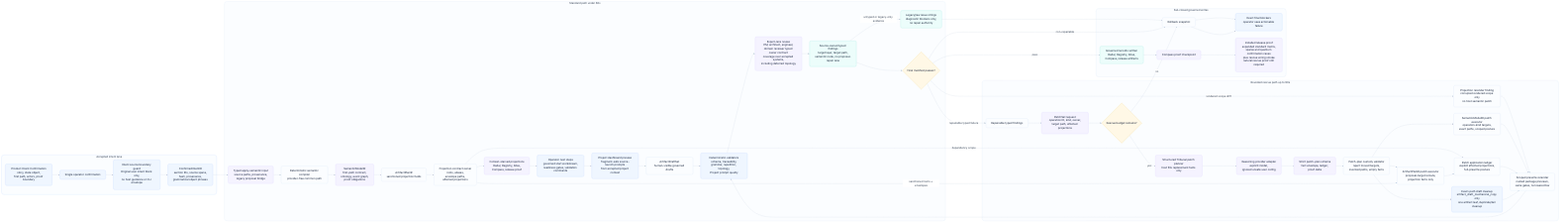
Earlier version of the Mermaid export odylith/atlas/source/domain-intelligence-greenfield-governance.png (odylith/odylith). Its source is kept beside it as odylith/atlas/source/domain-intelligence-greenfield-governance.mmd.
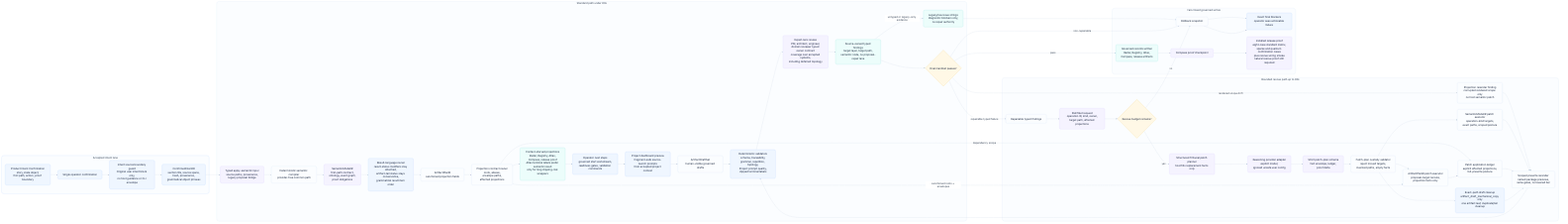
The same file after the commit.

What changed in the source:
```diff
@@ -12,13 +12,14 @@
       apply_input["Typed apply-semantic input<br/>source paths, provenance,<br/>legacy proposal bridge"]
       compiler["Deterministic semantic compiler<br/>provider-free common path"]
       semantic_ir["SemanticModelIR<br/>first-path contract,<br/>ontology, event graph,<br/>proof obligations"]
+      result_language["Result-language owner<br/>result-status modifiers stay attached,<br/>artifact-tail status stays conservative,<br/>grammatical result item order"]
       artifact_plan["ArtifactPlanIR<br/>sanctioned projection fields"]
       projection_contract["Projection contract owner<br/>roots, aliases,<br/>envelope paths,<br/>affected projections"]
-      projections["Context-starved projections<br/>Radar, Registry, Atlas,<br/>Compass, release proof"]
+      projections["Context-starved projections<br/>Radar, Registry, Atlas,<br/>Compass, release proof<br/>Atlas terminal labels prefer semantic result<br/>only for long clipping-risk wrappers"]
       next_steps["Operator next steps<br/>governed start workstream,<br/>readiness gates, validation commands"]
       project_dashboard["Project dashboard preview<br/>fragment-safe source-launch prompts<br/>from accepted project context"]
       draft_set["ArtifactDraftSet<br/>human-visible governed drafts"]
-      validators["Deterministic validators<br/>schema, traceability,<br/>grammar, repetition, topology,<br/>Project prompt quality"]
+      validators["Deterministic validators<br/>schema, traceability,<br/>grammar, repetition, topology,<br/>Project prompt quality,<br/>clipped terminal labels"]
       expert_lenses["Expert-lens review<br/>PM, architect, engineer,<br/>domain reviewer typed owner contract<br/>coverage over accepted systems,<br/>including deferred topology"]
       typed_findings["Source-owned typed findings<br/>target layer, target path,<br/>semantic node, no proposal-repair lane"]
       legacy_blockers["Legacy/raw issue strings<br/>diagnostic blockers only,<br/>no repair authority"]
@@ -48,11 +49,11 @@
       rollback["Rollback snapshot"]
       blockers["Exact final blockers<br/>operator sees actionable failure"]
       proof_log["Compass proof checkpoint"]
-      release_matrix["Installed release proof<br/>expanded standard matrix,<br/>sparse and quantum confirmation cases<br/>plus rescue wiring smoke<br/>natural rescue proof still required"]
+      release_matrix["Installed release proof<br/>eight-case standard matrix,<br/>sparse and quantum confirmation cases<br/>plus rescue wiring smoke<br/>natural rescue proof still required"]
     end
 
     visible_intent --> confirm --> source_guard --> confirmed_ir
-    confirmed_ir --> apply_input --> compiler --> semantic_ir --> artifact_plan --> projection_contract --> projections --> next_steps --> project_dashboard --> draft_set
+    confirmed_ir --> apply_input --> compiler --> semantic_ir --> result_language --> artifact_plan --> projection_contract --> projections --> next_steps --> project_dashboard --> draft_set
     draft_set --> validators --> expert_lenses --> typed_findings --> final_manifest
     typed_findings -- "untyped or legacy-only evidence" --> legacy_blockers --> rollback
     final_manifest -- "pass" --> writes --> proof_log --> release_matrix
@@ -77,7 +78,7 @@
     classDef rescue fill:#FFF7ED,stroke:#FDBA74,color:#17233A,stroke-width:1.2px;
     classDef write fill:#F0FDF4,stroke:#86EFAC,color:#17233A,stroke-width:1.2px;
     class visible_intent,confirm,source_guard,confirmed_ir intent;
-    class apply_input,compiler,semantic_ir,artifact_plan,projection_contract,projections,next_steps,project_dashboard,draft_set,validators,expert_lenses,typed_findings,legacy_blockers,final_manifest standard;
+    class apply_input,compiler,semantic_ir,result_language,artifact_plan,projection_contract,projections,next_steps,project_dashboard,draft_set,validators,expert_lenses,typed_findings,legacy_blockers,final_manifest standard;
     class repairable,patchset,rescue_budget,tribunal_planner,provider_adapter,strict_schema,custody_check,semantic_apply,plan_apply,scope_ledger,projection_rerender,copy_repair,rerender rescue;
     class writes,rollback,blockers,proof_log,release_matrix write;
 
```
